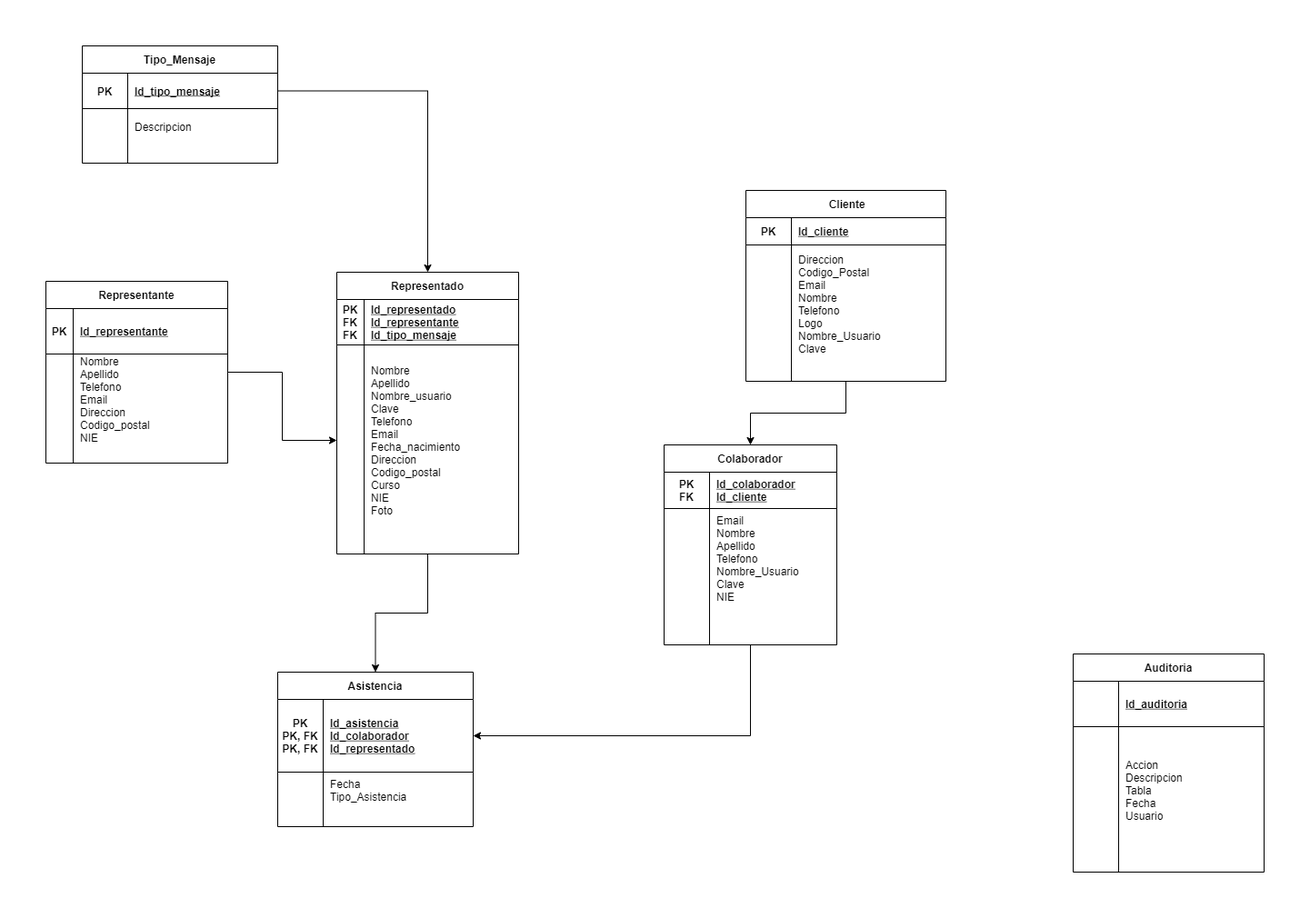
Above: PGL/ScAnttendees.drawio.png in dereck043/DAM2-Projects (draw.io), before the change. Source tidied: cells renumbered, new cells last; positions are measured from the earlier drawing's top-left corner, leaving out a move shared by most shapes.
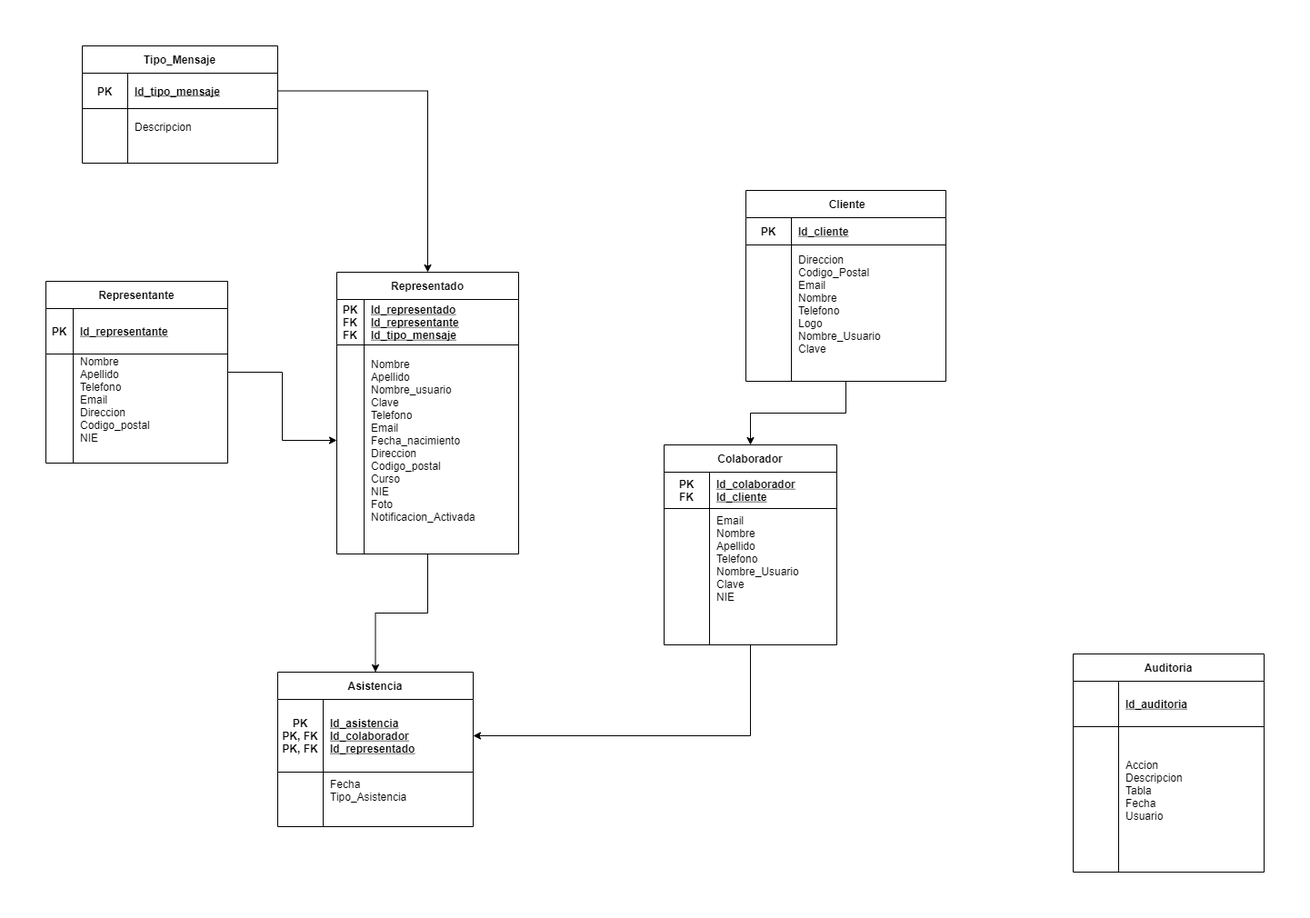
After the change.

Diff of the diagram source:
```diff
@@ -23,7 +23,7 @@
     <mxCell id="8" style="shape=partialRectangle;overflow=hidden;fillColor=none;top=0;left=0;bottom=0;right=0;" parent="7" vertex="1">
       <mxGeometry width="30" height="210" as="geometry" />
     </mxCell>
-    <mxCell id="9" value="Nombre&#10;Apellido&#10;Nombre_usuario&#10;Clave&#10;Telefono&#10;Email&#10;Fecha_nacimiento&#10;Direccion&#10;Codigo_postal&#10;Curso&#10;NIE&#10;Foto" style="shape=partialRectangle;overflow=hidden;fillColor=none;top=0;left=0;bottom=0;right=0;align=left;spacingLeft=6;" parent="7" vertex="1">
+    <mxCell id="9" value="Nombre&#10;Apellido&#10;Nombre_usuario&#10;Clave&#10;Telefono&#10;Email&#10;Fecha_nacimiento&#10;Direccion&#10;Codigo_postal&#10;Curso&#10;NIE&#10;Foto&#10;Notificacion_Activada" style="shape=partialRectangle;overflow=hidden;fillColor=none;top=0;left=0;bottom=0;right=0;align=left;spacingLeft=6;" parent="7" vertex="1">
       <mxGeometry x="30" width="170" height="210" as="geometry" />
     </mxCell>
     <mxCell id="10" style="shape=partialRectangle;fillColor=none;top=0;left=0;right=0;bottom=0;" parent="3" vertex="1">
```
